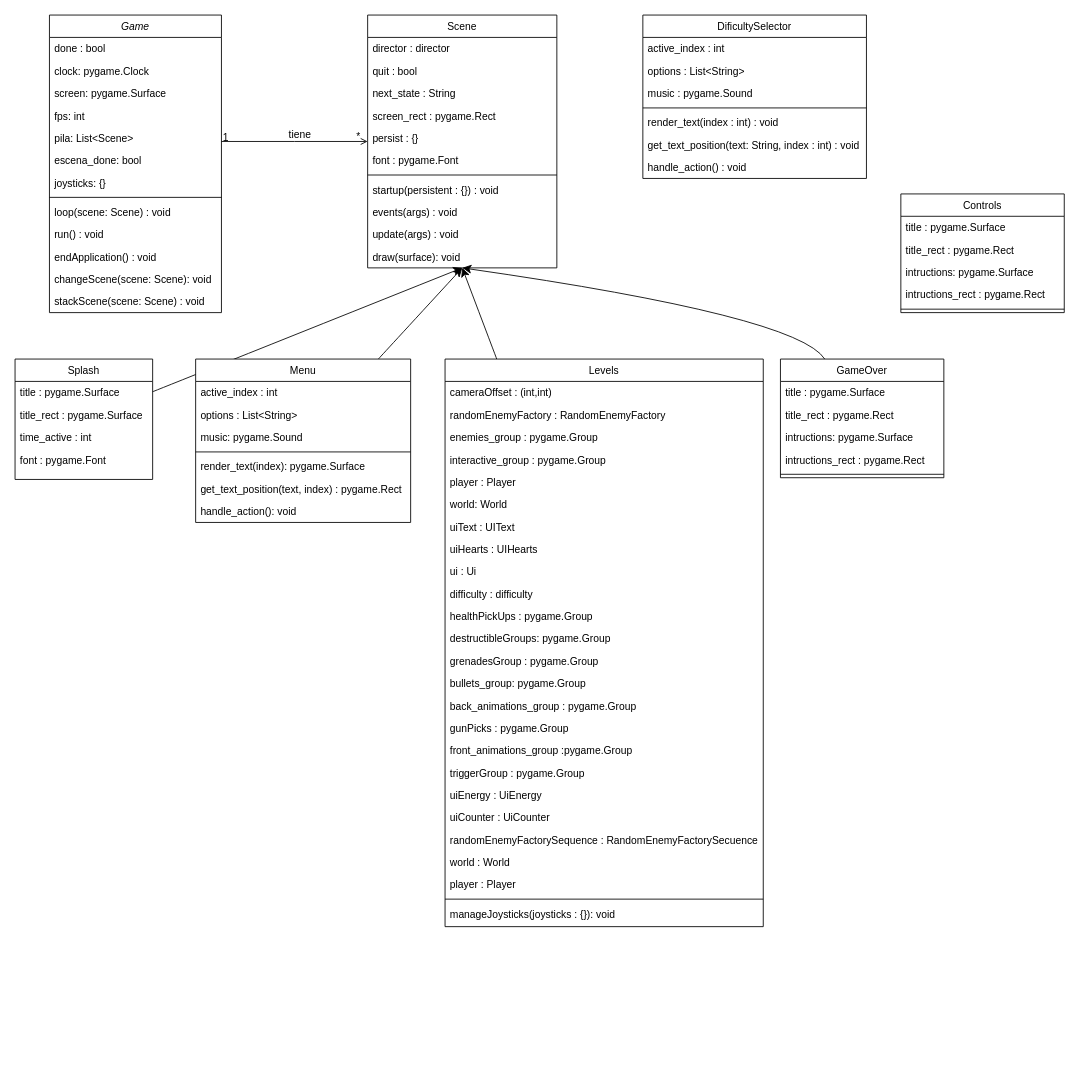
oscarcastillofdez/HyjackedOnSpace2D keeps this draw.io diagram as Memoria/PatronDirector.drawio. Above is the earlier version. Source tidied: cells renumbered, new cells numbered last; positions are measured from the earlier drawing's top-left corner, leaving out a move shared by most shapes. Both pictures are drawn from the tidied source at 86%, with x=0, y=0 at pixel (15, 15).
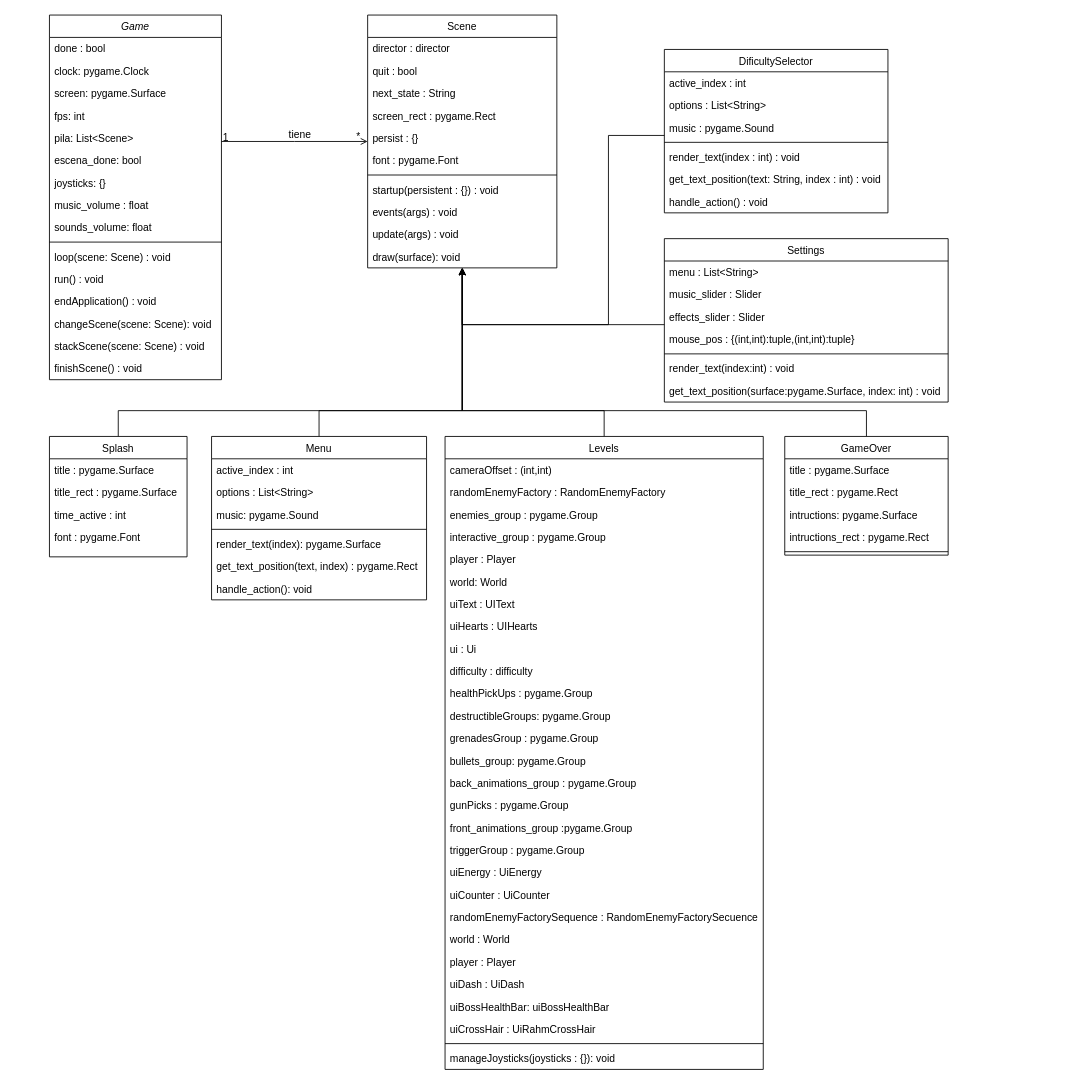
The same diagram, later.

The change refers to these unchanged cells:
```xml
<mxCell id="31" value="Scene" style="swimlane;fontStyle=0;align=center;verticalAlign=top;horizontal=1;startSize=26;rounded=0;shadow=0;strokeWidth=1;" parent="1" vertex="1">
  <mxGeometry x="410" width="220" height="294" as="geometry" />
</mxCell>
```

Change to the diagram source:
```diff
@@
     <mxCell id="2" value="Game" style="swimlane;fontStyle=2;align=center;verticalAlign=top;horizontal=1;startSize=26;rounded=0;shadow=0;strokeWidth=1;" parent="1" vertex="1">
-      <mxGeometry x="40" width="200" height="346" as="geometry" />
+      <mxGeometry x="40" width="200" height="424" as="geometry" />
     </mxCell>
@@
+    <mxCell id="95" value="music_volume : float" style="text;align=left;verticalAlign=top;spacingLeft=4;spacingRight=4;overflow=hidden;rounded=0;shadow=0;html=0;" parent="2" vertex="1">
+      <mxGeometry y="208" width="200" height="26" as="geometry" />
+    </mxCell>
+    <mxCell id="96" value="sounds_volume: float " style="text;align=left;verticalAlign=top;spacingLeft=4;spacingRight=4;overflow=hidden;rounded=0;shadow=0;html=0;" parent="2" vertex="1">
+      <mxGeometry y="234" width="200" height="26" as="geometry" />
+    </mxCell>
     <mxCell id="10" style="line;html=1;strokeWidth=1;align=left;verticalAlign=middle;spacingTop=-1;spacingLeft=3;spacingRight=3;labelPosition=right;" parent="2" vertex="1">
-      <mxGeometry y="208" width="200" height="8" as="geometry" />
+      <mxGeometry y="260" width="200" height="8" as="geometry" />
     </mxCell>
     <mxCell id="11" value="loop(scene: Scene) : void" style="text;align=left;verticalAlign=top;spacingLeft=4;spacingRight=4;overflow=hidden;" parent="2" vertex="1">
-      <mxGeometry y="216" width="200" height="26" as="geometry" />
+      <mxGeometry y="268" width="200" height="26" as="geometry" />
     </mxCell>
     <mxCell id="12" value="run() : void" style="text;align=left;verticalAlign=top;spacingLeft=4;spacingRight=4;overflow=hidden;" parent="2" vertex="1">
-      <mxGeometry y="242" width="200" height="26" as="geometry" />
+      <mxGeometry y="294" width="200" height="26" as="geometry" />
     </mxCell>
     <mxCell id="13" value="endApplication() : void" style="text;align=left;verticalAlign=top;spacingLeft=4;spacingRight=4;overflow=hidden;" parent="2" vertex="1">
-      <mxGeometry y="268" width="200" height="26" as="geometry" />
+      <mxGeometry y="320" width="200" height="26" as="geometry" />
     </mxCell>
     <mxCell id="14" value="changeScene(scene: Scene): void" style="text;align=left;verticalAlign=top;spacingLeft=4;spacingRight=4;overflow=hidden;" parent="2" vertex="1">
-      <mxGeometry y="294" width="200" height="26" as="geometry" />
+      <mxGeometry y="346" width="200" height="26" as="geometry" />
     </mxCell>
     <mxCell id="15" value="stackScene(scene: Scene) : void" style="text;align=left;verticalAlign=top;spacingLeft=4;spacingRight=4;overflow=hidden;" parent="2" vertex="1">
-      <mxGeometry y="320" width="200" height="26" as="geometry" />
+      <mxGeometry y="372" width="200" height="26" as="geometry" />
     </mxCell>
+    <mxCell id="97" value="finishScene() : void" style="text;align=left;verticalAlign=top;spacingLeft=4;spacingRight=4;overflow=hidden;" parent="2" vertex="1">
+      <mxGeometry y="398" width="200" height="26" as="geometry" />
+    </mxCell>
-    <mxCell id="16" style="edgeStyle=none;curved=1;rounded=0;jettySize=auto;html=1;entryX=0.5;entryY=1;entryDx=0;entryDy=0;fontSize=12;startSize=8;endSize=8;" parent="1" edge="1" source="17" target="31">
-      <mxGeometry relative="1" as="geometry" />
+    <mxCell id="16" style="edgeStyle=orthogonalEdgeStyle;rounded=0;jettySize=auto;html=1;" parent="1" edge="1" source="17" target="31">
+      <mxGeometry relative="1" as="geometry">
+        <Array as="points">
+          <mxPoint x="120" y="460" />
+          <mxPoint x="520" y="460" />
+        </Array>
+      </mxGeometry>
     </mxCell>
     <mxCell id="17" value="Splash" style="swimlane;fontStyle=0;align=center;verticalAlign=top;horizontal=1;startSize=26;rounded=0;shadow=0;strokeWidth=1;" parent="1" vertex="1">
-      <mxGeometry y="400" width="160" height="140" as="geometry" />
+      <mxGeometry x="40" y="490" width="160" height="140" as="geometry" />
     </mxCell>
@@
-    <mxCell id="22" style="edgeStyle=none;curved=1;rounded=0;jettySize=auto;html=1;entryX=0.5;entryY=1;entryDx=0;entryDy=0;fontSize=12;startSize=8;endSize=8;" parent="1" edge="1" source="23" target="31">
-      <mxGeometry relative="1" as="geometry" />
+    <mxCell id="22" style="edgeStyle=orthogonalEdgeStyle;rounded=0;jettySize=auto;html=1;" parent="1" edge="1" source="23" target="31">
+      <mxGeometry relative="1" as="geometry">
+        <Array as="points">
+          <mxPoint x="354" y="460" />
+          <mxPoint x="520" y="460" />
+        </Array>
+      </mxGeometry>
     </mxCell>
     <mxCell id="23" value="Menu" style="swimlane;fontStyle=0;align=center;verticalAlign=top;horizontal=1;startSize=26;rounded=0;shadow=0;strokeWidth=1;" parent="1" vertex="1">
-      <mxGeometry x="210" y="400" width="250" height="190" as="geometry" />
+      <mxGeometry x="228.5" y="490" width="250" height="190" as="geometry" />
     </mxCell>
@@
-    <mxCell id="47" style="edgeStyle=none;curved=1;rounded=0;jettySize=auto;html=1;entryX=0.5;entryY=1;entryDx=0;entryDy=0;fontSize=12;startSize=8;endSize=8;" parent="1" edge="1" source="48" target="31">
-      <mxGeometry relative="1" as="geometry" />
+    <mxCell id="47" style="edgeStyle=orthogonalEdgeStyle;rounded=0;jettySize=auto;html=1;" parent="1" edge="1" source="48" target="31">
+      <mxGeometry relative="1" as="geometry">
+        <Array as="points">
+          <mxPoint x="685" y="460" />
+          <mxPoint x="520" y="460" />
+        </Array>
+      </mxGeometry>
     </mxCell>
     <mxCell id="48" value="Levels" style="swimlane;fontStyle=0;align=center;verticalAlign=top;horizontal=1;startSize=26;rounded=0;shadow=0;strokeWidth=1;" parent="1" vertex="1">
-      <mxGeometry x="500" y="400" width="370" height="660" as="geometry" />
+      <mxGeometry x="500" y="490" width="370" height="736" as="geometry" />
     </mxCell>
@@
+    <mxCell id="98" value="uiDash : UiDash" style="text;align=left;verticalAlign=top;spacingLeft=4;spacingRight=4;overflow=hidden;" parent="48" vertex="1">
+      <mxGeometry y="624" width="370" height="26" as="geometry" />
+    </mxCell>
+    <mxCell id="99" value="uiBossHealthBar: uiBossHealthBar" style="text;align=left;verticalAlign=top;spacingLeft=4;spacingRight=4;overflow=hidden;" parent="48" vertex="1">
+      <mxGeometry y="650" width="370" height="26" as="geometry" />
+    </mxCell>
+    <mxCell id="100" value="uiCrossHair : UiRahmCrossHair" style="text;align=left;verticalAlign=top;spacingLeft=4;spacingRight=4;overflow=hidden;" parent="48" vertex="1">
+      <mxGeometry y="676" width="370" height="26" as="geometry" />
+    </mxCell>
     <mxCell id="72" style="line;html=1;strokeWidth=1;align=left;verticalAlign=middle;spacingTop=-1;spacingLeft=3;spacingRight=3;labelPosition=right;" parent="48" vertex="1">
-      <mxGeometry y="624" width="370" height="8" as="geometry" />
+      <mxGeometry y="702" width="370" height="8" as="geometry" />
     </mxCell>
     <mxCell id="73" value="manageJoysticks(joysticks : {}): void" style="text;align=left;verticalAlign=top;spacingLeft=4;spacingRight=4;overflow=hidden;" parent="48" vertex="1">
-      <mxGeometry y="632" width="370" height="26" as="geometry" />
+      <mxGeometry y="710" width="370" height="26" as="geometry" />
     </mxCell>
-    <mxCell id="74" style="edgeStyle=none;curved=1;rounded=0;jettySize=auto;html=1;entryX=0.5;entryY=1;entryDx=0;entryDy=0;fontSize=12;startSize=8;endSize=8;" parent="1" edge="1" source="75" target="31">
+    <mxCell id="74" style="edgeStyle=orthogonalEdgeStyle;rounded=0;jettySize=auto;html=1;" parent="1" edge="1" source="75" target="31">
       <mxGeometry relative="1" as="geometry">
         <Array as="points">
-          <mxPoint x="910" y="350" />
+          <mxPoint x="990" y="460" />
+          <mxPoint x="520" y="460" />
         </Array>
       </mxGeometry>
     </mxCell>
     <mxCell id="75" value="GameOver" style="swimlane;fontStyle=0;align=center;verticalAlign=top;horizontal=1;startSize=26;rounded=0;shadow=0;strokeWidth=1;" parent="1" vertex="1">
-      <mxGeometry x="890" y="400" width="190" height="138" as="geometry" />
+      <mxGeometry x="895" y="490" width="190" height="138" as="geometry" />
     </mxCell>
@@
+    <mxCell id="101" style="edgeStyle=orthogonalEdgeStyle;rounded=0;jettySize=auto;html=1;" parent="1" edge="1" source="81" target="31">
+      <mxGeometry relative="1" as="geometry">
+        <Array as="points">
+          <mxPoint x="690" y="140" />
+          <mxPoint x="690" y="360" />
+          <mxPoint x="520" y="360" />
+        </Array>
+      </mxGeometry>
+    </mxCell>
     <mxCell id="81" value="DificultySelector" style="swimlane;fontStyle=0;align=center;verticalAlign=top;horizontal=1;startSize=26;rounded=0;shadow=0;strokeWidth=1;" parent="1" vertex="1">
-      <mxGeometry x="730" width="260" height="190" as="geometry" />
+      <mxGeometry x="755" y="40" width="260" height="190" as="geometry" />
     </mxCell>
@@
-    <mxCell id="89" value="Controls" style="swimlane;fontStyle=0;align=center;verticalAlign=top;horizontal=1;startSize=26;rounded=0;shadow=0;strokeWidth=1;" parent="1" vertex="1">
-      <mxGeometry x="1030" y="208" width="190" height="138" as="geometry" />
+    <mxCell id="89" value="Settings" style="swimlane;fontStyle=0;align=center;verticalAlign=top;horizontal=1;startSize=26;rounded=0;shadow=0;strokeWidth=1;" parent="1" vertex="1">
+      <mxGeometry x="755" y="260" width="330" height="190" as="geometry" />
     </mxCell>
-    <mxCell id="90" value="title : pygame.Surface" style="text;align=left;verticalAlign=top;spacingLeft=4;spacingRight=4;overflow=hidden;" parent="89" vertex="1">
-      <mxGeometry y="26" width="190" height="26" as="geometry" />
+    <mxCell id="90" value="menu : List&lt;String&gt;" style="text;align=left;verticalAlign=top;spacingLeft=4;spacingRight=4;overflow=hidden;" parent="89" vertex="1">
+      <mxGeometry y="26" width="330" height="26" as="geometry" />
     </mxCell>
-    <mxCell id="91" value="title_rect : pygame.Rect" style="text;align=left;verticalAlign=top;spacingLeft=4;spacingRight=4;overflow=hidden;" parent="89" vertex="1">
-      <mxGeometry y="52" width="190" height="26" as="geometry" />
+    <mxCell id="91" value="music_slider : Slider" style="text;align=left;verticalAlign=top;spacingLeft=4;spacingRight=4;overflow=hidden;" parent="89" vertex="1">
+      <mxGeometry y="52" width="330" height="26" as="geometry" />
     </mxCell>
-    <mxCell id="92" value="intructions: pygame.Surface" style="text;align=left;verticalAlign=top;spacingLeft=4;spacingRight=4;overflow=hidden;" parent="89" vertex="1">
-      <mxGeometry y="78" width="190" height="26" as="geometry" />
+    <mxCell id="92" value="effects_slider : Slider" style="text;align=left;verticalAlign=top;spacingLeft=4;spacingRight=4;overflow=hidden;" parent="89" vertex="1">
+      <mxGeometry y="78" width="330" height="26" as="geometry" />
     </mxCell>
-    <mxCell id="93" value="intructions_rect : pygame.Rect" style="text;align=left;verticalAlign=top;spacingLeft=4;spacingRight=4;overflow=hidden;" parent="89" vertex="1">
-      <mxGeometry y="104" width="190" height="26" as="geometry" />
+    <mxCell id="93" value="mouse_pos : {(int,int):tuple,(int,int):tuple}" style="text;align=left;verticalAlign=top;spacingLeft=4;spacingRight=4;overflow=hidden;" parent="89" vertex="1">
+      <mxGeometry y="104" width="330" height="26" as="geometry" />
     </mxCell>
     <mxCell id="94" style="line;html=1;strokeWidth=1;align=left;verticalAlign=middle;spacingTop=-1;spacingLeft=3;spacingRight=3;labelPosition=right;" parent="89" vertex="1">
-      <mxGeometry y="130" width="190" height="8" as="geometry" />
+      <mxGeometry y="130" width="330" height="8" as="geometry" />
     </mxCell>
+    <mxCell id="102" value="render_text(index:int) : void" style="text;align=left;verticalAlign=top;spacingLeft=4;spacingRight=4;overflow=hidden;" parent="89" vertex="1">
+      <mxGeometry y="138" width="330" height="26" as="geometry" />
+    </mxCell>
+    <mxCell id="103" value="get_text_position(surface:pygame.Surface, index: int) : void" style="text;align=left;verticalAlign=top;spacingLeft=4;spacingRight=4;overflow=hidden;" parent="89" vertex="1">
+      <mxGeometry y="164" width="330" height="26" as="geometry" />
+    </mxCell>
+    <mxCell id="104" style="edgeStyle=orthogonalEdgeStyle;rounded=0;jettySize=auto;html=1;" parent="1" edge="1" source="89" target="31">
+      <mxGeometry relative="1" as="geometry">
+        <Array as="points">
+          <mxPoint x="520" y="360" />
+        </Array>
+      </mxGeometry>
+    </mxCell>
```
